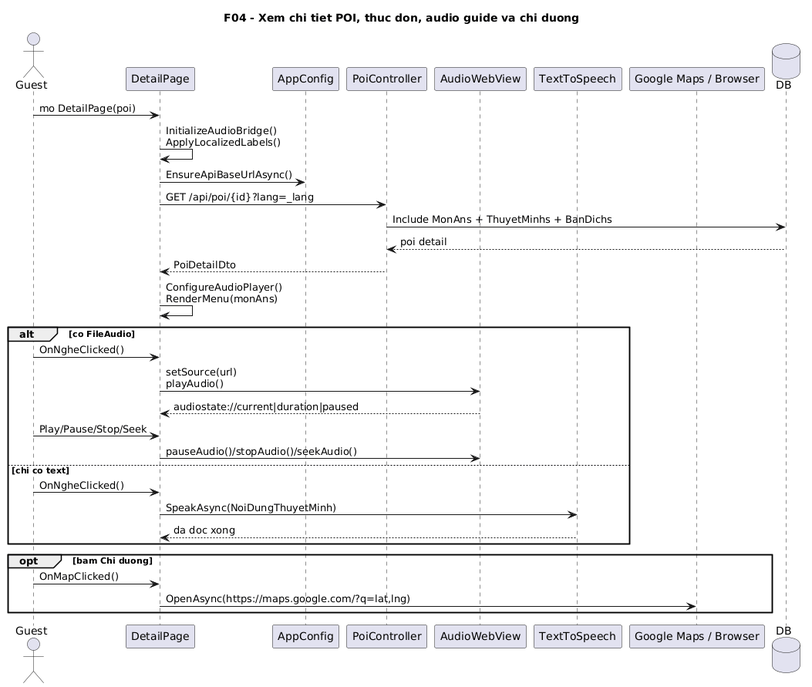
Earlier version of the PlantUML export docs/diagrams/png/04-poi-detail-sequence.png (VoBao182/PhoAmThuc).
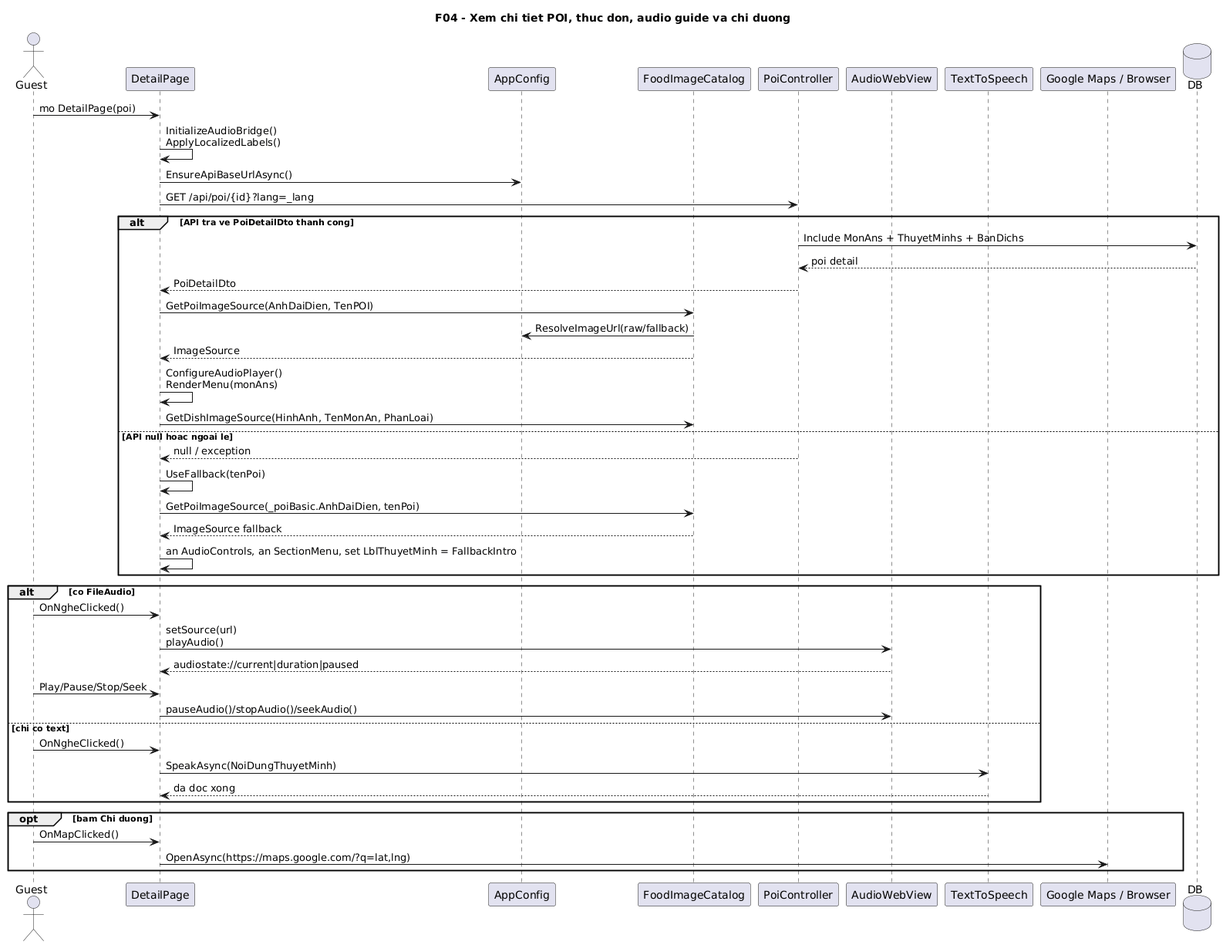
Above is the later version.

Diff of the diagram source:
```diff
@@ -4,6 +4,7 @@
 actor Guest
 participant DetailPage
 participant AppConfig
+participant FoodImageCatalog
 participant "PoiController" as PoiController
 participant AudioWebView
 participant "TextToSpeech" as TTS
@@ -14,10 +15,23 @@
 DetailPage -> DetailPage: InitializeAudioBridge()\nApplyLocalizedLabels()
 DetailPage -> AppConfig: EnsureApiBaseUrlAsync()
 DetailPage -> PoiController: GET /api/poi/{id}?lang=_lang
-PoiController -> DB: Include MonAns + ThuyetMinhs + BanDichs
-DB --> PoiController: poi detail
-PoiController --> DetailPage: PoiDetailDto
-DetailPage -> DetailPage: ConfigureAudioPlayer()\nRenderMenu(monAns)
+
+alt API tra ve PoiDetailDto thanh cong
+  PoiController -> DB: Include MonAns + ThuyetMinhs + BanDichs
+  DB --> PoiController: poi detail
+  PoiController --> DetailPage: PoiDetailDto
+  DetailPage -> FoodImageCatalog: GetPoiImageSource(AnhDaiDien, TenPOI)
+  FoodImageCatalog -> AppConfig: ResolveImageUrl(raw/fallback)
+  FoodImageCatalog --> DetailPage: ImageSource
+  DetailPage -> DetailPage: ConfigureAudioPlayer()\nRenderMenu(monAns)
+  DetailPage -> FoodImageCatalog: GetDishImageSource(HinhAnh, TenMonAn, PhanLoai)
+else API null hoac ngoai le
+  PoiController --> DetailPage: null / exception
+  DetailPage -> DetailPage: UseFallback(tenPoi)
+  DetailPage -> FoodImageCatalog: GetPoiImageSource(_poiBasic.AnhDaiDien, tenPoi)
+  FoodImageCatalog --> DetailPage: ImageSource fallback
+  DetailPage -> DetailPage: an AudioControls, an SectionMenu, set LblThuyetMinh = FallbackIntro
+end
 
 alt co FileAudio
   Guest -> DetailPage: OnNgheClicked()
```
